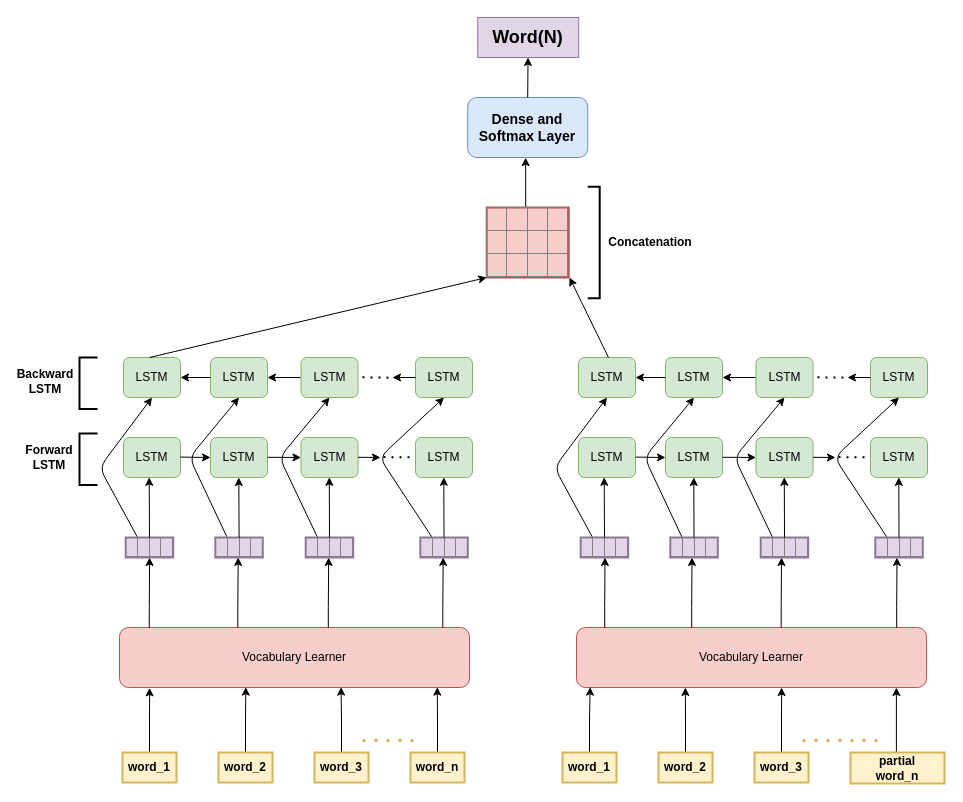
The draw.io diagram Bi-LSTM.drawio in mahbubhimel/Html, before the edit. Source tidied: cells renumbered, new cells numbered last; positions are measured from the earlier drawing's top-left corner, leaving out a move shared by most shapes. Both pictures are drawn from the tidied source at 100%, with x=0, y=0 at pixel (25, 17).
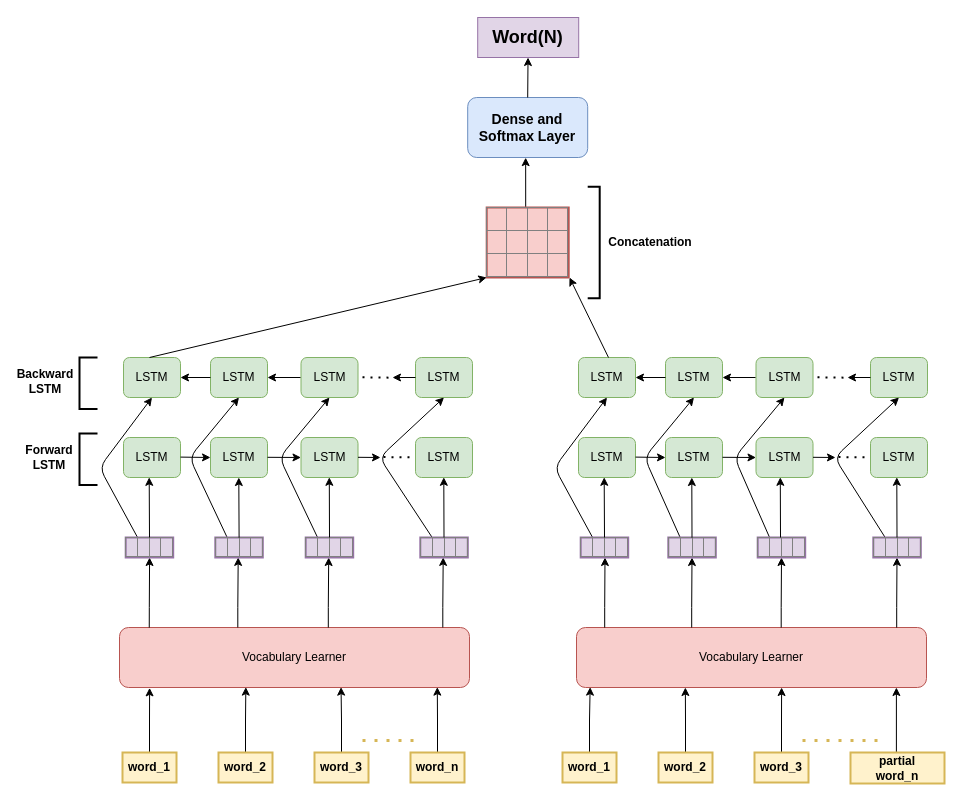
Above is the later version.

Unchanged cells that the change refers to:
```xml
<mxCell id="65" value="LSTM" style="rounded=1;whiteSpace=wrap;html=1;fillColor=#d5e8d4;strokeColor=#82b366;" parent="1" vertex="1">
  <mxGeometry x="553" y="420" width="57" height="40" as="geometry" />
</mxCell>
```

Change to the diagram source:
```diff
@@
     <mxCell id="86" value="&lt;table border=&quot;1&quot; width=&quot;100%&quot; style=&quot;width: 100% ; height: 100% ; border-collapse: collapse&quot;&gt;&lt;tbody&gt;&lt;tr&gt;&lt;td align=&quot;center&quot;&gt;&lt;br&gt;&lt;/td&gt;&lt;td align=&quot;center&quot;&gt;&lt;br&gt;&lt;/td&gt;&lt;td align=&quot;center&quot;&gt;&lt;/td&gt;&lt;td&gt;&lt;br&gt;&lt;/td&gt;&lt;/tr&gt;&lt;/tbody&gt;&lt;/table&gt;" style="text;html=1;overflow=fill;fillColor=#e1d5e7;strokeWidth=2;strokeColor=#9673a6;" parent="1" vertex="1">
-      <mxGeometry x="644.8" y="520" width="47.5" height="20" as="geometry" />
+      <mxGeometry x="642.8" y="520" width="47.5" height="20" as="geometry" />
     </mxCell>
     <mxCell id="87" value="&lt;table border=&quot;1&quot; width=&quot;100%&quot; style=&quot;width: 100% ; height: 100% ; border-collapse: collapse&quot;&gt;&lt;tbody&gt;&lt;tr&gt;&lt;td align=&quot;center&quot;&gt;&lt;br&gt;&lt;/td&gt;&lt;td align=&quot;center&quot;&gt;&lt;br&gt;&lt;/td&gt;&lt;td align=&quot;center&quot;&gt;&lt;/td&gt;&lt;td&gt;&lt;br&gt;&lt;/td&gt;&lt;/tr&gt;&lt;/tbody&gt;&lt;/table&gt;" style="text;html=1;overflow=fill;fillColor=#e1d5e7;strokeWidth=2;strokeColor=#9673a6;" parent="1" vertex="1">
-      <mxGeometry x="735.2" y="520" width="47.5" height="20" as="geometry" />
+      <mxGeometry x="732.2" y="520" width="47.5" height="20" as="geometry" />
     </mxCell>
     <mxCell id="88" value="&lt;table border=&quot;1&quot; width=&quot;100%&quot; style=&quot;width: 100% ; height: 100% ; border-collapse: collapse&quot;&gt;&lt;tbody&gt;&lt;tr&gt;&lt;td align=&quot;center&quot;&gt;&lt;br&gt;&lt;/td&gt;&lt;td align=&quot;center&quot;&gt;&lt;br&gt;&lt;/td&gt;&lt;td align=&quot;center&quot;&gt;&lt;/td&gt;&lt;td&gt;&lt;br&gt;&lt;/td&gt;&lt;/tr&gt;&lt;/tbody&gt;&lt;/table&gt;" style="text;html=1;overflow=fill;fillColor=#e1d5e7;strokeWidth=2;strokeColor=#9673a6;" parent="1" vertex="1">
-      <mxGeometry x="849.8" y="520" width="47.5" height="20" as="geometry" />
+      <mxGeometry x="847.8" y="520" width="47.5" height="20" as="geometry" />
     </mxCell>
-    <mxCell id="89" style="endArrow=classic;html=1;entryX=0.451;entryY=0.996;entryDx=0;entryDy=0;entryPerimeter=0;" parent="1" edge="1" target="65">
+    <mxCell id="89" style="endArrow=classic;html=1;entryX=0.451;entryY=0.996;entryDx=0;entryDy=0;entryPerimeter=0;" parent="1" edge="1">
       <mxGeometry relative="1" as="geometry">
         <mxPoint x="579" y="520" as="sourcePoint" />
+        <mxPoint x="578.7" y="459.8" as="targetPoint" />
       </mxGeometry>
     </mxCell>
     <mxCell id="90" style="endArrow=classic;html=1;entryX=0.451;entryY=0.996;entryDx=0;entryDy=0;entryPerimeter=0;" parent="1" edge="1">
       <mxGeometry relative="1" as="geometry">
-        <mxPoint x="668.5" y="520.2" as="sourcePoint" />
-        <mxPoint x="668.3" y="460" as="targetPoint" />
+        <mxPoint x="666.5" y="520.2" as="sourcePoint" />
+        <mxPoint x="666.3" y="460" as="targetPoint" />
       </mxGeometry>
     </mxCell>
     <mxCell id="91" style="endArrow=classic;html=1;entryX=0.451;entryY=0.996;entryDx=0;entryDy=0;entryPerimeter=0;" parent="1" edge="1">
       <mxGeometry relative="1" as="geometry">
-        <mxPoint x="759" y="520" as="sourcePoint" />
-        <mxPoint x="758.8" y="459.8" as="targetPoint" />
+        <mxPoint x="755" y="520" as="sourcePoint" />
+        <mxPoint x="754.8" y="459.8" as="targetPoint" />
       </mxGeometry>
     </mxCell>
     <mxCell id="92" style="endArrow=classic;html=1;entryX=0.451;entryY=0.996;entryDx=0;entryDy=0;entryPerimeter=0;" parent="1" edge="1">
       <mxGeometry relative="1" as="geometry">
-        <mxPoint x="873.5" y="520" as="sourcePoint" />
-        <mxPoint x="873.3" y="459.8" as="targetPoint" />
+        <mxPoint x="871.5" y="520" as="sourcePoint" />
+        <mxPoint x="871.3" y="459.8" as="targetPoint" />
       </mxGeometry>
     </mxCell>
```
